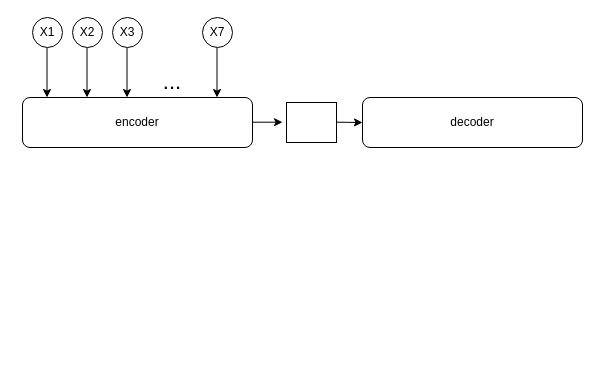
This is 毕设-后端算法框架.drawio from Kakoyi945/cloud, a draw.io file, before an edit. Source tidied: cells renumbered, new cells numbered last; positions are measured from the earlier drawing's top-left corner, leaving out a move shared by most shapes. Both pictures are drawn from the tidied source at 100%, with x=0, y=0 at pixel (17, 17).
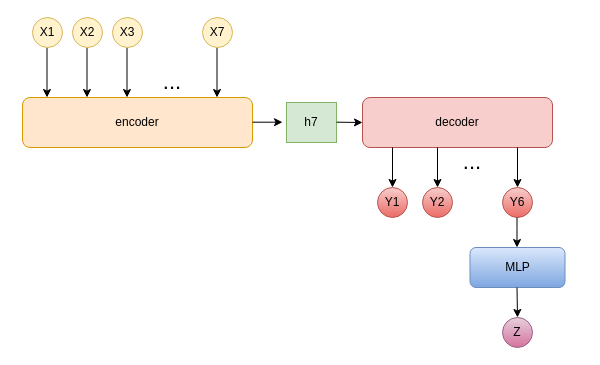
The same diagram, later.

Commit message (it also covers changes not shown here):
更新毕设-后端算法框架.drawio

Change to the diagram source:
```diff
@@
-    <mxCell id="2" value="encoder" style="rounded=1;whiteSpace=wrap;html=1;" parent="1" vertex="1">
+    <mxCell id="2" value="encoder" style="rounded=1;whiteSpace=wrap;html=1;fillColor=#ffe6cc;strokeColor=#d79b00;" parent="1" vertex="1">
       <mxGeometry x="5" y="80" width="230" height="50" as="geometry" />
     </mxCell>
-    <mxCell id="3" value="decoder" style="rounded=1;whiteSpace=wrap;html=1;" parent="1" vertex="1">
-      <mxGeometry x="345" y="80" width="220" height="50" as="geometry" />
+    <mxCell id="3" value="decoder" style="rounded=1;whiteSpace=wrap;html=1;fillColor=#f8cecc;strokeColor=#b85450;" parent="1" vertex="1">
+      <mxGeometry x="345" y="80" width="190" height="50" as="geometry" />
     </mxCell>
@@
-    <mxCell id="5" style="ellipse;whiteSpace=wrap;html=1;" parent="1" vertex="1">
+    <mxCell id="5" style="ellipse;whiteSpace=wrap;html=1;fillColor=#fff2cc;strokeColor=#d6b656;" parent="1" vertex="1">
       <mxGeometry x="15" width="30" height="30" as="geometry" />
     </mxCell>
@@
-    <mxCell id="7" style="ellipse;whiteSpace=wrap;html=1;" parent="1" vertex="1">
+    <mxCell id="7" style="ellipse;whiteSpace=wrap;html=1;fillColor=#fff2cc;strokeColor=#d6b656;" parent="1" vertex="1">
       <mxGeometry x="55" width="30" height="30" as="geometry" />
     </mxCell>
@@
-    <mxCell id="9" style="ellipse;whiteSpace=wrap;html=1;" parent="1" vertex="1">
+    <mxCell id="9" style="ellipse;whiteSpace=wrap;html=1;fillColor=#fff2cc;strokeColor=#d6b656;" parent="1" vertex="1">
       <mxGeometry x="95" width="30" height="30" as="geometry" />
     </mxCell>
@@
-    <mxCell id="12" style="ellipse;whiteSpace=wrap;html=1;" parent="1" vertex="1">
+    <mxCell id="12" style="ellipse;whiteSpace=wrap;html=1;fillColor=#fff2cc;strokeColor=#d6b656;" parent="1" vertex="1">
       <mxGeometry x="185" width="30" height="30" as="geometry" />
     </mxCell>
@@
-    <mxCell id="14" style="rounded=0;whiteSpace=wrap;html=1;" parent="1" vertex="1">
+    <mxCell id="14" style="rounded=0;whiteSpace=wrap;html=1;fillColor=#d5e8d4;strokeColor=#82b366;" parent="1" vertex="1">
       <mxGeometry x="269" y="85" width="50" height="40" as="geometry" />
     </mxCell>
@@
+    <mxCell id="20" value="h7" style="text;html=1;align=center;verticalAlign=middle;whiteSpace=wrap;rounded=0;" parent="1" vertex="1">
+      <mxGeometry x="264" y="90" width="60" height="30" as="geometry" />
+    </mxCell>
+    <mxCell id="21" style="endArrow=classic;html=1;rounded=0;" parent="1" edge="1">
+      <mxGeometry relative="1" as="geometry">
+        <mxPoint x="375" y="130" as="sourcePoint" />
+        <mxPoint x="375" y="170" as="targetPoint" />
+      </mxGeometry>
+    </mxCell>
+    <mxCell id="22" style="ellipse;whiteSpace=wrap;html=1;fillColor=#f8cecc;strokeColor=#b85450;gradientColor=#ea6b66;" parent="1" vertex="1">
+      <mxGeometry x="360" y="170" width="30" height="30" as="geometry" />
+    </mxCell>
+    <mxCell id="23" value="Y1" style="text;html=1;align=center;verticalAlign=middle;whiteSpace=wrap;rounded=0;" parent="1" vertex="1">
+      <mxGeometry x="345" y="170" width="60" height="30" as="geometry" />
+    </mxCell>
+    <mxCell id="24" style="endArrow=classic;html=1;rounded=0;" parent="1" edge="1">
+      <mxGeometry relative="1" as="geometry">
+        <mxPoint x="420" y="130" as="sourcePoint" />
+        <mxPoint x="420" y="170" as="targetPoint" />
+      </mxGeometry>
+    </mxCell>
+    <mxCell id="25" style="ellipse;whiteSpace=wrap;html=1;fillColor=#f8cecc;gradientColor=#ea6b66;strokeColor=#b85450;" parent="1" vertex="1">
+      <mxGeometry x="405" y="170" width="30" height="30" as="geometry" />
+    </mxCell>
+    <mxCell id="26" style="endArrow=classic;html=1;rounded=0;" parent="1" edge="1">
+      <mxGeometry relative="1" as="geometry">
+        <mxPoint x="500" y="130" as="sourcePoint" />
+        <mxPoint x="500" y="170" as="targetPoint" />
+      </mxGeometry>
+    </mxCell>
+    <mxCell id="27" style="ellipse;whiteSpace=wrap;html=1;fillColor=#f8cecc;gradientColor=#ea6b66;strokeColor=#b85450;" parent="1" vertex="1">
+      <mxGeometry x="485" y="170" width="30" height="30" as="geometry" />
+    </mxCell>
+    <mxCell id="28" value="&lt;font style=&quot;font-size: 22px;&quot;&gt;...&lt;/font&gt;" style="text;html=1;align=center;verticalAlign=middle;whiteSpace=wrap;rounded=0;" parent="1" vertex="1">
+      <mxGeometry x="425" y="130" width="60" height="30" as="geometry" />
+    </mxCell>
+    <mxCell id="29" value="Y2" style="text;html=1;align=center;verticalAlign=middle;whiteSpace=wrap;rounded=0;" parent="1" vertex="1">
+      <mxGeometry x="390" y="170" width="60" height="30" as="geometry" />
+    </mxCell>
+    <mxCell id="30" value="Y6" style="text;html=1;align=center;verticalAlign=middle;whiteSpace=wrap;rounded=0;" parent="1" vertex="1">
+      <mxGeometry x="470" y="170" width="60" height="30" as="geometry" />
+    </mxCell>
+    <mxCell id="31" style="endArrow=classic;html=1;rounded=0;" parent="1" edge="1">
+      <mxGeometry relative="1" as="geometry">
+        <mxPoint x="499.5" y="200" as="sourcePoint" />
+        <mxPoint x="499.5" y="230" as="targetPoint" />
+        <Array as="points">
+          <mxPoint x="499.5" y="210" />
+        </Array>
+      </mxGeometry>
+    </mxCell>
+    <mxCell id="32" value="MLP" style="rounded=1;whiteSpace=wrap;html=1;fillColor=#dae8fc;gradientColor=#7ea6e0;strokeColor=#6c8ebf;" parent="1" vertex="1">
+      <mxGeometry x="452.5" y="230" width="95" height="40" as="geometry" />
+    </mxCell>
+    <mxCell id="33" style="endArrow=classic;html=1;rounded=0;" parent="1" edge="1">
+      <mxGeometry relative="1" as="geometry">
+        <mxPoint x="499.5" y="270" as="sourcePoint" />
+        <mxPoint x="500" y="300" as="targetPoint" />
+      </mxGeometry>
+    </mxCell>
+    <mxCell id="34" value="Z" style="ellipse;whiteSpace=wrap;html=1;fillColor=#e6d0de;gradientColor=#d5739d;strokeColor=#996185;" parent="1" vertex="1">
+      <mxGeometry x="485" y="300" width="30" height="30" as="geometry" />
+    </mxCell>
```
